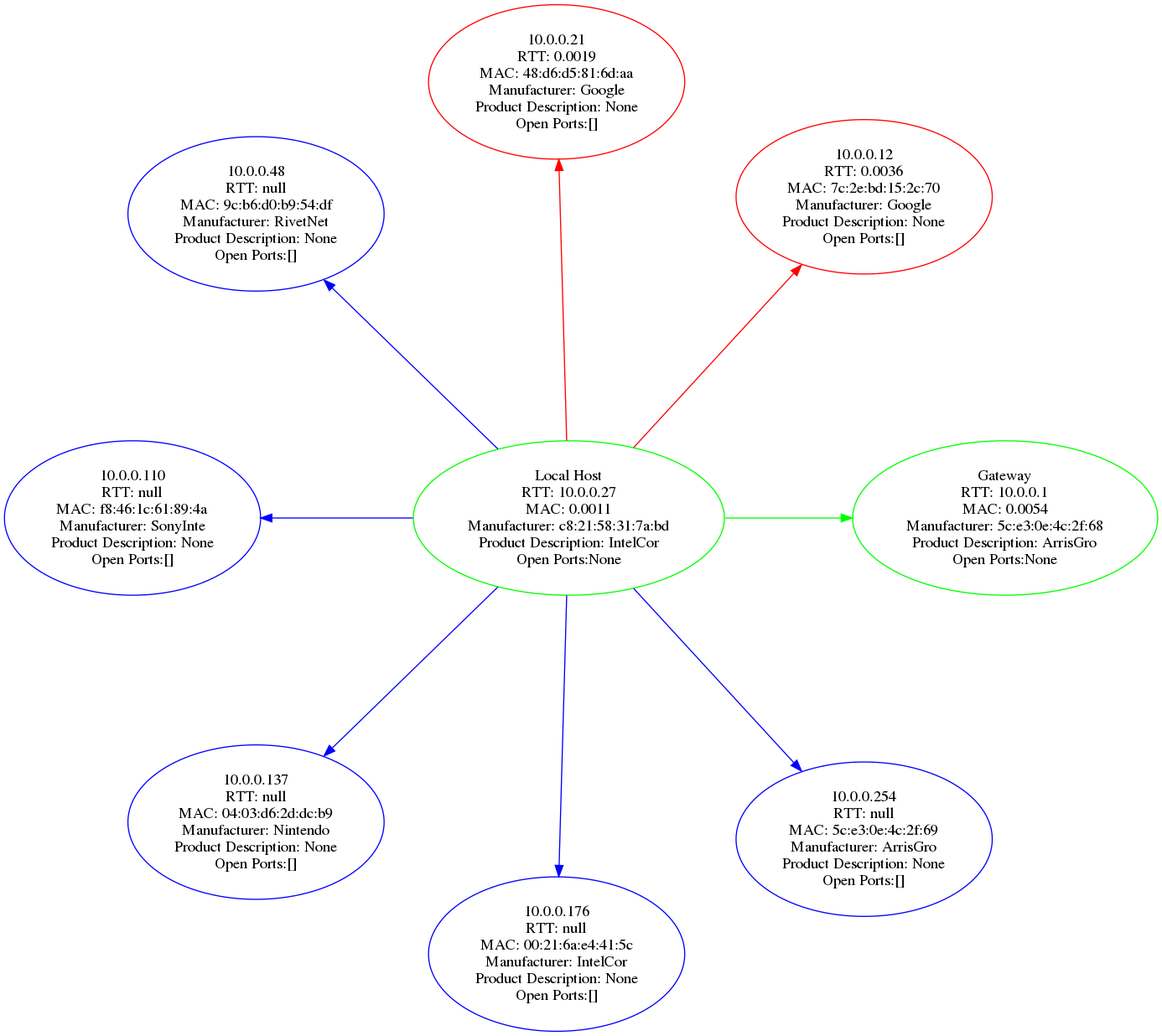
rozelie/myNet keeps this Graphviz diagram as graphviz/LANvis.gv.png. Above is the earlier version. Its source is kept beside it as graphviz/LANvis.gv.
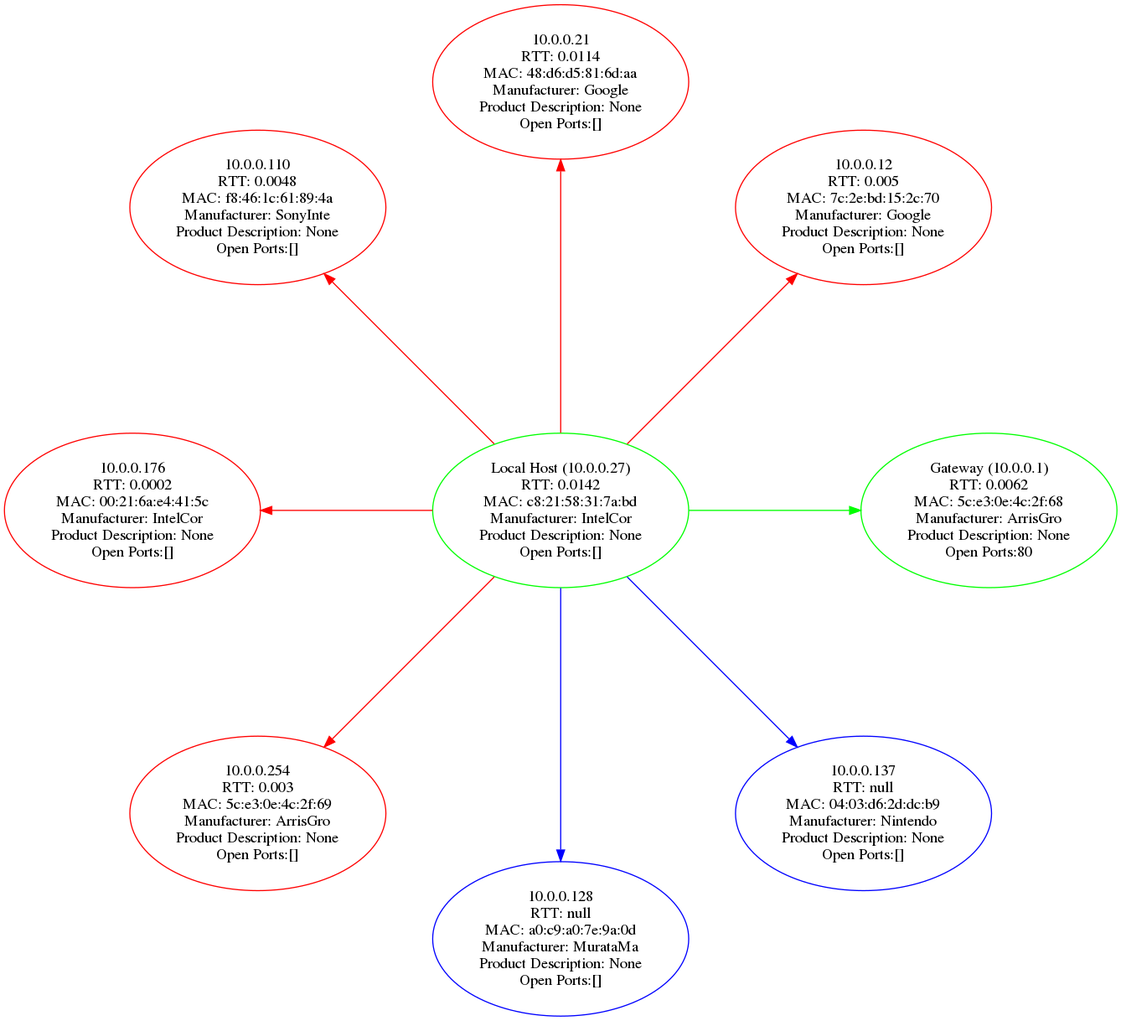
After the change.

Commit message:
Fixed label issue in lan_viz

Change to the diagram source:
```diff
@@ -1,24 +1,24 @@
 digraph {
 	node [color=green]
-	"10.0.0.27" [label="Local Host
-RTT: 10.0.0.27
-MAC: 0.0011
-Manufacturer: c8:21:58:31:7a:bd
-Product Description: IntelCor
-Open Ports:None"]
+	"10.0.0.27" [label="Local Host (10.0.0.27)
+RTT: 0.0142
+MAC: c8:21:58:31:7a:bd
+Manufacturer: IntelCor
+Product Description: None
+Open Ports:[]"]
 	node [color=green]
-	"10.0.0.1" [label="Gateway
-RTT: 10.0.0.1
-MAC: 0.0054
-Manufacturer: 5c:e3:0e:4c:2f:68
-Product Description: ArrisGro
-Open Ports:None"]
+	"10.0.0.1" [label="Gateway (10.0.0.1)
+RTT: 0.0062
+MAC: 5c:e3:0e:4c:2f:68
+Manufacturer: ArrisGro
+Product Description: None
+Open Ports:80"]
 	edge [color=green]
 	"10.0.0.27" -> "10.0.0.1"
 	node [color=red]
 	edge [color=red]
 	"10.0.0.12" [label="10.0.0.12
-RTT: 0.0036
+RTT: 0.005
 MAC: 7c:2e:bd:15:2c:70
 Manufacturer: Google
 Product Description: None
@@ -27,30 +27,48 @@
 	node [color=red]
 	edge [color=red]
 	"10.0.0.21" [label="10.0.0.21
-RTT: 0.0019
+RTT: 0.0114
 MAC: 48:d6:d5:81:6d:aa
 Manufacturer: Google
 Product Description: None
 Open Ports:[]"]
 	"10.0.0.27" -> "10.0.0.21"
-	node [color=blue]
-	edge [color=blue]
-	"10.0.0.48" [label="10.0.0.48
-RTT: null
-MAC: 9c:b6:d0:b9:54:df
-Manufacturer: RivetNet
-Product Description: None
-Open Ports:[]"]
-	"10.0.0.27" -> "10.0.0.48"
-	node [color=blue]
-	edge [color=blue]
+	node [color=red]
+	edge [color=red]
 	"10.0.0.110" [label="10.0.0.110
-RTT: null
+RTT: 0.0048
 MAC: f8:46:1c:61:89:4a
 Manufacturer: SonyInte
 Product Description: None
 Open Ports:[]"]
 	"10.0.0.27" -> "10.0.0.110"
+	node [color=red]
+	edge [color=red]
+	"10.0.0.176" [label="10.0.0.176
+RTT: 0.0002
+MAC: 00:21:6a:e4:41:5c
+Manufacturer: IntelCor
+Product Description: None
+Open Ports:[]"]
+	"10.0.0.27" -> "10.0.0.176"
+	node [color=red]
+	edge [color=red]
+	"10.0.0.254" [label="10.0.0.254
+RTT: 0.003
+MAC: 5c:e3:0e:4c:2f:69
+Manufacturer: ArrisGro
+Product Description: None
+Open Ports:[]"]
+	"10.0.0.27" -> "10.0.0.254"
+	node [color=blue]
+	edge [color=blue]
+	"10.0.0.128" [label="10.0.0.128
+RTT: null
+MAC: a0:c9:a0:7e:9a:0d
+Manufacturer: MurataMa
+Product Description: None
+Open Ports:[]"]
+	"10.0.0.27" -> "10.0.0.128"
 	node [color=blue]
 	edge [color=blue]
 	"10.0.0.137" [label="10.0.0.137
@@ -60,22 +78,4 @@
 Product Description: None
 Open Ports:[]"]
 	"10.0.0.27" -> "10.0.0.137"
-	node [color=blue]
-	edge [color=blue]
-	"10.0.0.176" [label="10.0.0.176
-RTT: null
-MAC: 00:21:6a:e4:41:5c
-Manufacturer: IntelCor
-Product Description: None
-Open Ports:[]"]
-	"10.0.0.27" -> "10.0.0.176"
-	node [color=blue]
-	edge [color=blue]
-	"10.0.0.254" [label="10.0.0.254
-RTT: null
-MAC: 5c:e3:0e:4c:2f:69
-Manufacturer: ArrisGro
-Product Description: None
-Open Ports:[]"]
-	"10.0.0.27" -> "10.0.0.254"
 }
```
